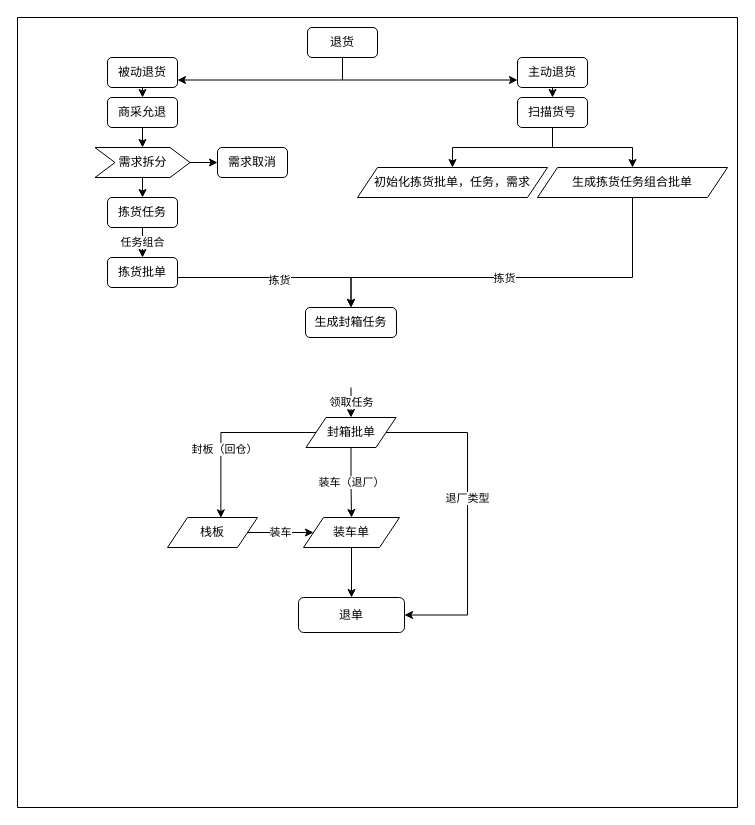
The draw.io diagram rt-mart.drawio in cainiao3853/draw-io, before the edit. Source tidied: cells renumbered, new cells numbered last; positions are measured from the earlier drawing's top-left corner, leaving out a move shared by most shapes. Both pictures are drawn from the tidied source at 100%, with x=0, y=0 at pixel (17, 17).
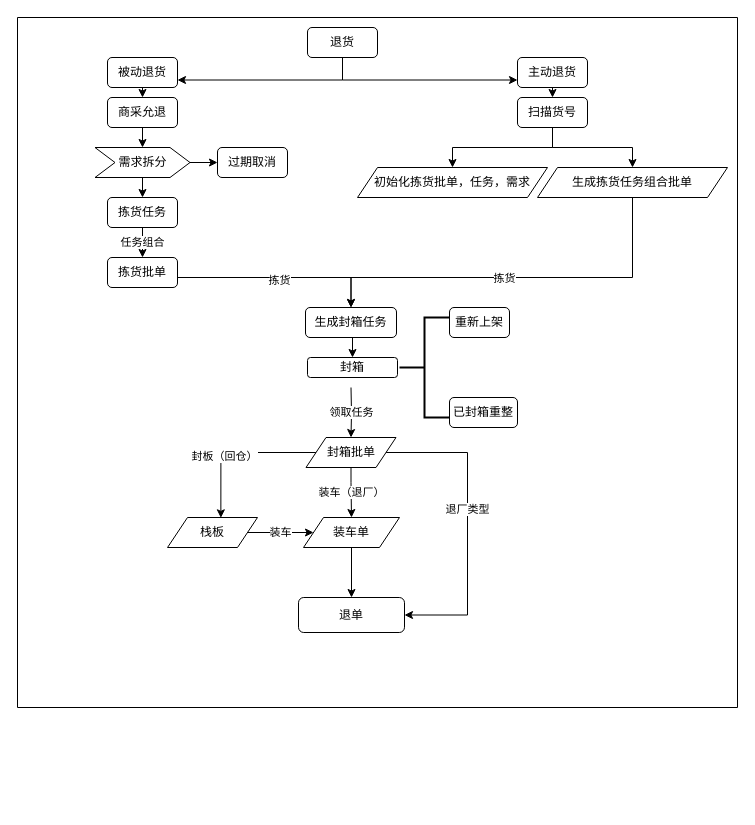
The same page after the edit.

Unchanged cells that the change refers to:
```xml
<mxCell id="25" value="生成封箱任务" style="rounded=1;whiteSpace=wrap;html=1;" parent="2" vertex="1">
  <mxGeometry x="288" y="290" width="91" height="30" as="geometry" />
</mxCell>
<mxCell id="40" value="退单" style="rounded=1;whiteSpace=wrap;html=1;" parent="2" vertex="1">
  <mxGeometry x="281" y="580" width="106" height="35" as="geometry" />
</mxCell>
```

What changed in the source:
```diff
@@
     <mxCell id="2" style="swimlane;startSize=0;" parent="1" vertex="1">
-      <mxGeometry width="720" height="790" as="geometry" />
+      <mxGeometry width="720" height="690" as="geometry" />
     </mxCell>
@@
-    <mxCell id="18" value="需求取消" style="rounded=1;whiteSpace=wrap;html=1;" parent="2" vertex="1">
+    <mxCell id="18" value="过期取消" style="rounded=1;whiteSpace=wrap;html=1;" parent="2" vertex="1">
       <mxGeometry x="200" y="130" width="70" height="30" as="geometry" />
     </mxCell>
@@
+    <mxCell id="41" style="edgeStyle=orthogonalEdgeStyle;rounded=0;jettySize=auto;html=1;exitX=0.5;exitY=1;exitDx=0;exitDy=0;entryX=0.5;entryY=0;entryDx=0;entryDy=0;" parent="2" edge="1" source="25" target="42">
+      <mxGeometry relative="1" as="geometry" />
+    </mxCell>
@@
     <mxCell id="33" style="edgeStyle=orthogonalEdgeStyle;rounded=0;jettySize=auto;html=1;exitX=1;exitY=0.5;exitDx=0;exitDy=0;entryX=1;entryY=0.5;entryDx=0;entryDy=0;" parent="2" edge="1" source="35" target="40">
       <mxGeometry relative="1" as="geometry">
         <Array as="points">
-          <mxPoint x="450" y="415" />
+          <mxPoint x="450" y="435" />
           <mxPoint x="450" y="598" />
         </Array>
       </mxGeometry>
     </mxCell>
@@
     <mxCell id="35" value="封箱批单" style="shape=parallelogram;perimeter=parallelogramPerimeter;whiteSpace=wrap;html=1;fixedSize=1;" parent="2" vertex="1">
-      <mxGeometry x="288.5" y="400" width="90" height="30" as="geometry" />
+      <mxGeometry x="288.5" y="420" width="90" height="30" as="geometry" />
     </mxCell>
@@
+    <mxCell id="42" value="封箱" style="rounded=1;whiteSpace=wrap;html=1;" parent="2" vertex="1">
+      <mxGeometry x="290" y="340" width="90" height="20" as="geometry" />
+    </mxCell>
+    <mxCell id="43" style="strokeWidth=2;html=1;shape=mxgraph.flowchart.annotation_2;align=left;labelPosition=right;" parent="2" vertex="1">
+      <mxGeometry x="382" y="300" width="50" height="100" as="geometry" />
+    </mxCell>
+    <mxCell id="44" value="重新上架" style="rounded=1;whiteSpace=wrap;html=1;" parent="2" vertex="1">
+      <mxGeometry x="432" y="290" width="60" height="30" as="geometry" />
+    </mxCell>
+    <mxCell id="45" value="已封箱重整" style="rounded=1;whiteSpace=wrap;html=1;" parent="2" vertex="1">
+      <mxGeometry x="432" y="380" width="68" height="30" as="geometry" />
+    </mxCell>
```
